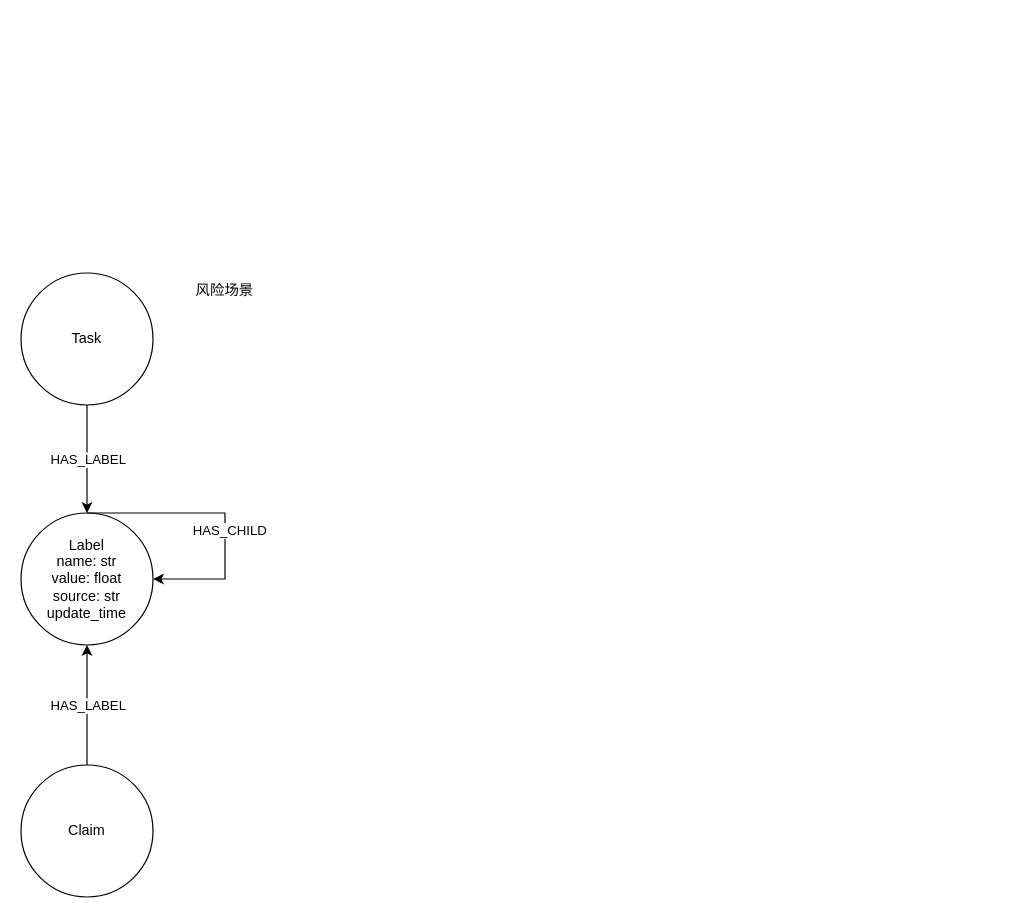
XiaoLiuAI/diagrams keeps this draw.io diagram as taiping-neo4j-arch.drawio. Above is the earlier version. Source tidied: cells renumbered, new cells numbered last; positions are measured from the earlier drawing's top-left corner, leaving out a move shared by most shapes. Both pictures are drawn from the tidied source at 120%, with x=0, y=0 at pixel (20, 272).
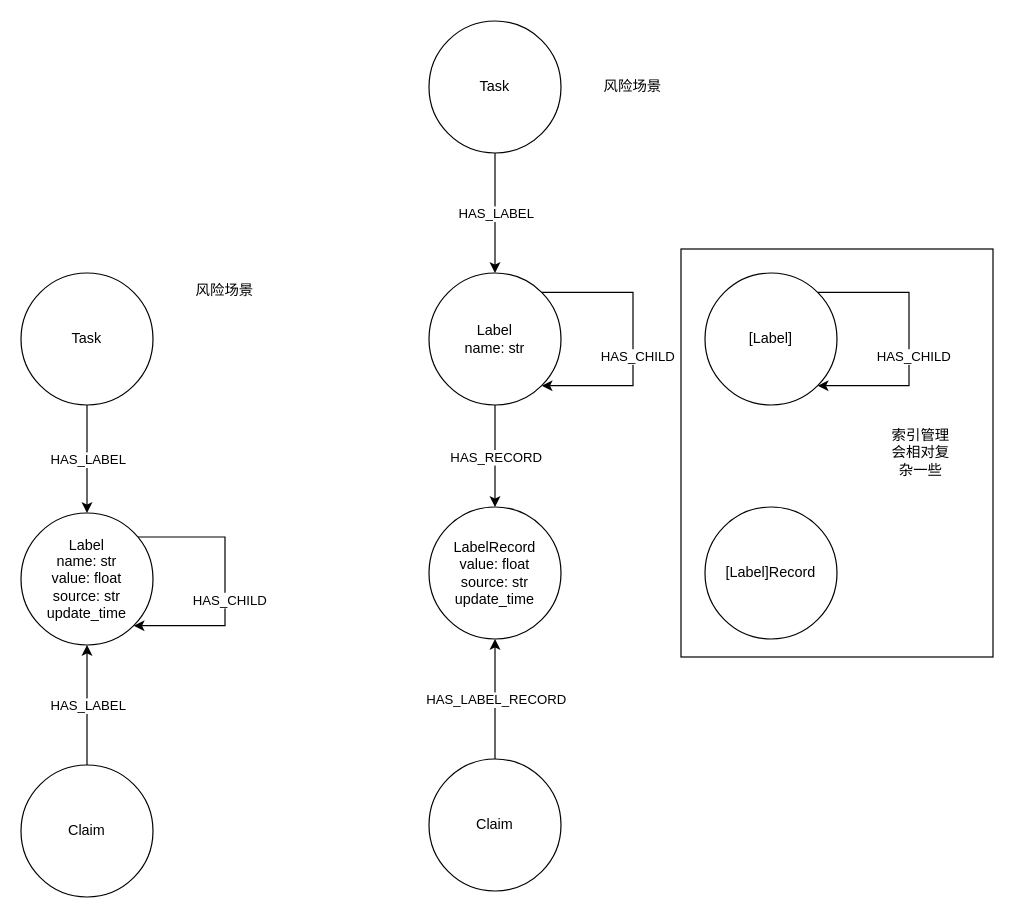
The same page after the edit.

The change refers to these unchanged cells:
```xml
<mxCell id="2" value="Label&lt;br&gt;name: str&lt;br&gt;value: float&lt;br&gt;source: str&lt;br&gt;update_time" style="ellipse;whiteSpace=wrap;html=1;" parent="1" vertex="1">
  <mxGeometry y="200" width="110" height="110" as="geometry" />
</mxCell>
```

Diff of the diagram source:
```diff
@@
-    <mxCell id="6" style="edgeStyle=elbowEdgeStyle;elbow=horizontal;endArrow=classic;html=1;rounded=0;exitX=0.5;exitY=0;exitDx=0;exitDy=0;entryX=1;entryY=0.5;entryDx=0;entryDy=0;" parent="1" edge="1" source="2" target="2">
+    <mxCell id="6" style="edgeStyle=elbowEdgeStyle;elbow=horizontal;endArrow=classic;html=1;rounded=0;entryX=1;entryY=1;entryDx=0;entryDy=0;" parent="1" edge="1" source="2" target="2">
       <mxGeometry relative="1" as="geometry">
         <Array as="points">
           <mxPoint x="170" y="220" />
           <mxPoint x="120" y="140" />
         </Array>
       </mxGeometry>
     </mxCell>
@@
+    <mxCell id="12" value="LabelRecord&lt;br&gt;value: float&lt;br&gt;source: str&lt;br&gt;update_time" style="ellipse;whiteSpace=wrap;html=1;" parent="1" vertex="1">
+      <mxGeometry x="340" y="195" width="110" height="110" as="geometry" />
+    </mxCell>
+    <mxCell id="13" value="Claim" style="ellipse;whiteSpace=wrap;html=1;" parent="1" vertex="1">
+      <mxGeometry x="340" y="405" width="110" height="110" as="geometry" />
+    </mxCell>
+    <mxCell id="14" style="endArrow=classic;html=1;rounded=0;edgeStyle=orthogonalEdgeStyle;entryX=0.5;entryY=1;entryDx=0;entryDy=0;exitX=0.5;exitY=0;exitDx=0;exitDy=0;" parent="1" edge="1" source="13" target="12">
+      <mxGeometry relative="1" as="geometry" />
+    </mxCell>
+    <mxCell id="15" value="HAS_LABEL_RECORD" style="edgeLabel;html=1;align=center;verticalAlign=middle;" parent="14" vertex="1">
+      <mxGeometry relative="1" as="geometry" />
+    </mxCell>
+    <mxCell id="16" style="edgeStyle=elbowEdgeStyle;elbow=horizontal;endArrow=classic;html=1;rounded=0;exitX=1;exitY=0;exitDx=0;exitDy=0;entryX=1;entryY=1;entryDx=0;entryDy=0;" parent="1" edge="1" source="22" target="22">
+      <mxGeometry relative="1" as="geometry">
+        <Array as="points">
+          <mxPoint x="510" y="215" />
+          <mxPoint x="460" y="135" />
+        </Array>
+      </mxGeometry>
+    </mxCell>
+    <mxCell id="17" value="HAS_CHILD" style="edgeLabel;html=1;align=center;verticalAlign=middle;" parent="16" vertex="1">
+      <mxGeometry x="0.12" y="3" relative="1" as="geometry" />
+    </mxCell>
+    <mxCell id="18" value="Task" style="ellipse;whiteSpace=wrap;html=1;" parent="1" vertex="1">
+      <mxGeometry x="340" y="-210" width="110" height="110" as="geometry" />
+    </mxCell>
+    <mxCell id="19" style="endArrow=classic;html=1;rounded=0;edgeStyle=orthogonalEdgeStyle;exitX=0.5;exitY=1;exitDx=0;exitDy=0;entryX=0.5;entryY=0;entryDx=0;entryDy=0;" parent="1" edge="1" source="18" target="22">
+      <mxGeometry relative="1" as="geometry" />
+    </mxCell>
+    <mxCell id="20" value="HAS_LABEL" style="edgeLabel;html=1;align=center;verticalAlign=middle;" parent="19" vertex="1">
+      <mxGeometry relative="1" as="geometry" />
+    </mxCell>
+    <mxCell id="21" value="风险场景" style="text;html=1;strokeColor=none;fillColor=none;align=center;verticalAlign=middle;whiteSpace=wrap;rounded=0;" parent="1" vertex="1">
+      <mxGeometry x="460" y="-170" width="100" height="30" as="geometry" />
+    </mxCell>
+    <mxCell id="22" value="Label&lt;br&gt;name: str" style="ellipse;whiteSpace=wrap;html=1;" parent="1" vertex="1">
+      <mxGeometry x="340" width="110" height="110" as="geometry" />
+    </mxCell>
+    <mxCell id="23" style="endArrow=classic;html=1;rounded=0;edgeStyle=orthogonalEdgeStyle;entryX=0.5;entryY=0;entryDx=0;entryDy=0;" parent="1" edge="1" source="22" target="12">
+      <mxGeometry relative="1" as="geometry" />
+    </mxCell>
+    <mxCell id="24" value="HAS_RECORD" style="edgeLabel;html=1;align=center;verticalAlign=middle;" parent="23" vertex="1">
+      <mxGeometry relative="1" as="geometry" />
+    </mxCell>
+    <mxCell id="25" style="edgeStyle=elbowEdgeStyle;elbow=horizontal;endArrow=classic;html=1;rounded=0;exitX=1;exitY=0;exitDx=0;exitDy=0;entryX=1;entryY=1;entryDx=0;entryDy=0;" parent="1" edge="1" source="27" target="27">
+      <mxGeometry relative="1" as="geometry">
+        <Array as="points">
+          <mxPoint x="740" y="215" />
+          <mxPoint x="690" y="135" />
+        </Array>
+      </mxGeometry>
+    </mxCell>
+    <mxCell id="26" value="HAS_CHILD" style="edgeLabel;html=1;align=center;verticalAlign=middle;" parent="25" vertex="1">
+      <mxGeometry x="0.12" y="3" relative="1" as="geometry" />
+    </mxCell>
+    <mxCell id="27" value="[Label]" style="ellipse;whiteSpace=wrap;html=1;" parent="1" vertex="1">
+      <mxGeometry x="570" width="110" height="110" as="geometry" />
+    </mxCell>
+    <mxCell id="28" value="[Label]Record" style="ellipse;whiteSpace=wrap;html=1;" parent="1" vertex="1">
+      <mxGeometry x="570" y="195" width="110" height="110" as="geometry" />
+    </mxCell>
+    <mxCell id="29" style="rounded=0;whiteSpace=wrap;html=1;fillColor=none;" parent="1" vertex="1">
+      <mxGeometry x="550" y="-20" width="260" height="340" as="geometry" />
+    </mxCell>
+    <mxCell id="30" value="索引管理会相对复杂一些" style="text;html=1;strokeColor=none;fillColor=none;align=center;verticalAlign=middle;whiteSpace=wrap;rounded=0;" parent="1" vertex="1">
+      <mxGeometry x="720" y="135" width="60" height="30" as="geometry" />
+    </mxCell>
```
